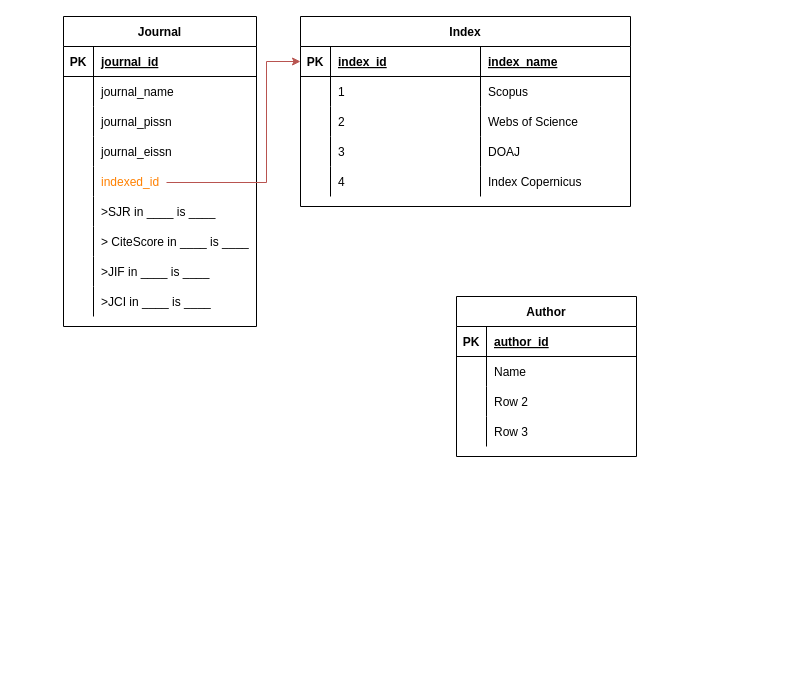
faisalmustafa/web_design keeps this draw.io diagram as page "Database" (3 of 4) of Submission Tracker.drawio. Above is the earlier version. Source tidied: cells renumbered, new cells numbered last; positions are measured from the earlier drawing's top-left corner, leaving out a move shared by most shapes. Both pictures are drawn from the tidied source at 100%, with x=0, y=0 at pixel (63, 16).
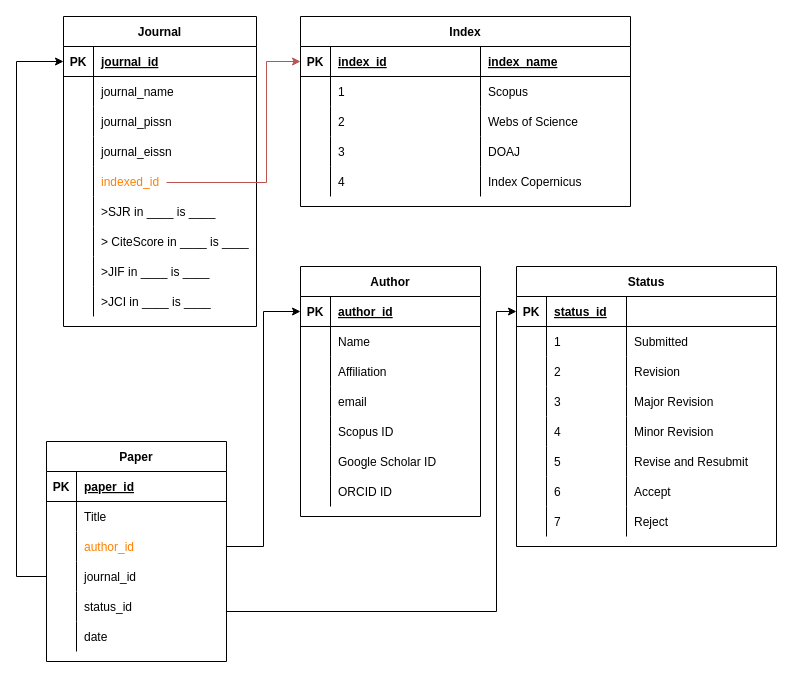
The same page after the edit.

Unchanged cells that the change refers to:
```xml
<mxCell id="3" style="shape=tableRow;horizontal=0;startSize=0;swimlaneHead=0;swimlaneBody=0;fillColor=none;points=[[0,0.5],[1,0.5]];portConstraint=eastwest;top=0;left=0;right=0;bottom=1;" parent="2" vertex="1">
  <mxGeometry y="30" width="193" height="30" as="geometry" />
</mxCell>
<mxCell id="53" style="shape=tableRow;horizontal=0;startSize=0;swimlaneHead=0;swimlaneBody=0;fillColor=none;points=[[0,0.5],[1,0.5]];portConstraint=eastwest;top=0;left=0;right=0;bottom=1;labelBorderColor=none;fontColor=#000000;" parent="52" vertex="1">
  <mxGeometry y="30" width="180" height="30" as="geometry" />
</mxCell>
<mxCell id="59" style="shape=tableRow;horizontal=0;startSize=0;swimlaneHead=0;swimlaneBody=0;fillColor=none;top=0;left=0;right=0;bottom=0;labelBorderColor=none;fontColor=#000000;" parent="52" vertex="1">
  <mxGeometry y="90" width="180" height="30" as="geometry" />
</mxCell>
<mxCell id="62" style="shape=tableRow;horizontal=0;startSize=0;swimlaneHead=0;swimlaneBody=0;fillColor=none;top=0;left=0;right=0;bottom=0;labelBorderColor=none;fontColor=#000000;" parent="52" vertex="1">
  <mxGeometry y="120" width="180" height="30" as="geometry" />
</mxCell>
```

The edit, as a diff of the source:
```diff
@@
     <mxCell id="52" value="Author" style="shape=table;startSize=30;childLayout=tableLayout;rowLines=0;fontStyle=1;align=center;labelBorderColor=none;fontColor=#000000;" parent="1" vertex="1">
-      <mxGeometry x="393" y="280" width="180" height="160" as="geometry" />
+      <mxGeometry x="237" y="250" width="180" height="250" as="geometry" />
     </mxCell>
@@
-    <mxCell id="61" value="Row 2" style="shape=partialRectangle;fillColor=none;top=0;left=0;bottom=0;right=0;align=left;spacingLeft=6;overflow=hidden;labelBorderColor=none;fontColor=#000000;startSize=0;" parent="59" vertex="1">
+    <mxCell id="61" value="Affiliation" style="shape=partialRectangle;fillColor=none;top=0;left=0;bottom=0;right=0;align=left;spacingLeft=6;overflow=hidden;labelBorderColor=none;fontColor=#000000;startSize=0;" parent="59" vertex="1">
       <mxGeometry x="30" width="150" height="30" as="geometry" />
     </mxCell>
@@
-    <mxCell id="64" value="Row 3" style="shape=partialRectangle;fillColor=none;top=0;left=0;bottom=0;right=0;align=left;spacingLeft=6;overflow=hidden;labelBorderColor=none;fontColor=#000000;startSize=0;" parent="62" vertex="1">
+    <mxCell id="64" value="email" style="shape=partialRectangle;fillColor=none;top=0;left=0;bottom=0;right=0;align=left;spacingLeft=6;overflow=hidden;labelBorderColor=none;fontColor=#000000;startSize=0;" parent="62" vertex="1">
       <mxGeometry x="30" width="150" height="30" as="geometry" />
     </mxCell>
+    <mxCell id="65" style="shape=tableRow;horizontal=0;startSize=0;swimlaneHead=0;swimlaneBody=0;fillColor=none;top=0;left=0;right=0;bottom=0;labelBorderColor=none;fontColor=#000000;" parent="52" vertex="1">
+      <mxGeometry y="150" width="180" height="30" as="geometry" />
+    </mxCell>
+    <mxCell id="66" style="shape=partialRectangle;fillColor=none;top=0;left=0;bottom=0;right=0;overflow=hidden;labelBorderColor=none;fontColor=#000000;startSize=0;" parent="65" vertex="1">
+      <mxGeometry width="30" height="30" as="geometry" />
+    </mxCell>
+    <mxCell id="67" value="Scopus ID" style="shape=partialRectangle;fillColor=none;top=0;left=0;bottom=0;right=0;align=left;spacingLeft=6;overflow=hidden;labelBorderColor=none;fontColor=#000000;startSize=0;" parent="65" vertex="1">
+      <mxGeometry x="30" width="150" height="30" as="geometry" />
+    </mxCell>
+    <mxCell id="68" style="shape=tableRow;horizontal=0;startSize=0;swimlaneHead=0;swimlaneBody=0;fillColor=none;top=0;left=0;right=0;bottom=0;labelBorderColor=none;fontColor=#000000;" parent="52" vertex="1">
+      <mxGeometry y="180" width="180" height="30" as="geometry" />
+    </mxCell>
+    <mxCell id="69" style="shape=partialRectangle;fillColor=none;top=0;left=0;bottom=0;right=0;overflow=hidden;labelBorderColor=none;fontColor=#000000;startSize=0;" parent="68" vertex="1">
+      <mxGeometry width="30" height="30" as="geometry" />
+    </mxCell>
+    <mxCell id="70" value="Google Scholar ID" style="shape=partialRectangle;fillColor=none;top=0;left=0;bottom=0;right=0;align=left;spacingLeft=6;overflow=hidden;labelBorderColor=none;fontColor=#000000;startSize=0;" parent="68" vertex="1">
+      <mxGeometry x="30" width="150" height="30" as="geometry" />
+    </mxCell>
+    <mxCell id="71" style="shape=tableRow;horizontal=0;startSize=0;swimlaneHead=0;swimlaneBody=0;fillColor=none;top=0;left=0;right=0;bottom=0;labelBorderColor=none;fontColor=#000000;" parent="52" vertex="1">
+      <mxGeometry y="210" width="180" height="30" as="geometry" />
+    </mxCell>
+    <mxCell id="72" style="shape=partialRectangle;fillColor=none;top=0;left=0;bottom=0;right=0;overflow=hidden;labelBorderColor=none;fontColor=#000000;startSize=0;" parent="71" vertex="1">
+      <mxGeometry width="30" height="30" as="geometry" />
+    </mxCell>
+    <mxCell id="73" value="ORCID ID" style="shape=partialRectangle;fillColor=none;top=0;left=0;bottom=0;right=0;align=left;spacingLeft=6;overflow=hidden;labelBorderColor=none;fontColor=#000000;startSize=0;" parent="71" vertex="1">
+      <mxGeometry x="30" width="150" height="30" as="geometry" />
+    </mxCell>
+    <mxCell id="74" value="Status" style="shape=table;startSize=30;childLayout=tableLayout;rowLines=0;fontStyle=1;align=center;labelBorderColor=none;fontColor=#000000;" parent="1" vertex="1">
+      <mxGeometry x="453" y="250" width="260" height="280" as="geometry" />
+    </mxCell>
+    <mxCell id="75" style="shape=tableRow;horizontal=0;startSize=0;swimlaneHead=0;swimlaneBody=0;fillColor=none;points=[[0,0.5],[1,0.5]];portConstraint=eastwest;top=0;left=0;right=0;bottom=1;labelBorderColor=none;fontColor=#000000;" parent="74" vertex="1">
+      <mxGeometry y="30" width="260" height="30" as="geometry" />
+    </mxCell>
+    <mxCell id="76" value="PK" style="shape=partialRectangle;fillColor=none;top=0;left=0;bottom=0;right=0;fontStyle=1;overflow=hidden;labelBorderColor=none;fontColor=#000000;startSize=0;" parent="75" vertex="1">
+      <mxGeometry width="30" height="30" as="geometry" />
+    </mxCell>
+    <mxCell id="77" value="status_id" style="shape=partialRectangle;fillColor=none;top=0;left=0;bottom=0;right=0;align=left;spacingLeft=6;fontStyle=5;overflow=hidden;labelBorderColor=none;fontColor=#000000;startSize=0;" parent="75" vertex="1">
+      <mxGeometry x="30" width="80" height="30" as="geometry" />
+    </mxCell>
+    <mxCell id="78" style="shape=partialRectangle;fillColor=none;top=0;left=0;bottom=0;right=0;align=left;spacingLeft=6;fontStyle=5;overflow=hidden;labelBorderColor=none;fontColor=#000000;startSize=0;" parent="75" vertex="1">
+      <mxGeometry x="110" width="150" height="30" as="geometry" />
+    </mxCell>
+    <mxCell id="79" style="shape=tableRow;horizontal=0;startSize=0;swimlaneHead=0;swimlaneBody=0;fillColor=none;top=0;left=0;right=0;bottom=0;labelBorderColor=none;fontColor=#000000;" parent="74" vertex="1">
+      <mxGeometry y="60" width="260" height="30" as="geometry" />
+    </mxCell>
+    <mxCell id="80" style="shape=partialRectangle;fillColor=none;top=0;left=0;bottom=0;right=0;overflow=hidden;labelBorderColor=none;fontColor=#000000;startSize=0;" parent="79" vertex="1">
+      <mxGeometry width="30" height="30" as="geometry" />
+    </mxCell>
+    <mxCell id="81" value="1" style="shape=partialRectangle;fillColor=none;top=0;left=0;bottom=0;right=0;align=left;spacingLeft=6;overflow=hidden;labelBorderColor=none;fontColor=#000000;startSize=0;" parent="79" vertex="1">
+      <mxGeometry x="30" width="80" height="30" as="geometry" />
+    </mxCell>
+    <mxCell id="82" value="Submitted" style="shape=partialRectangle;fillColor=none;top=0;left=0;bottom=0;right=0;align=left;spacingLeft=6;overflow=hidden;labelBorderColor=none;fontColor=#000000;startSize=0;" parent="79" vertex="1">
+      <mxGeometry x="110" width="150" height="30" as="geometry" />
+    </mxCell>
+    <mxCell id="83" style="shape=tableRow;horizontal=0;startSize=0;swimlaneHead=0;swimlaneBody=0;fillColor=none;top=0;left=0;right=0;bottom=0;labelBorderColor=none;fontColor=#000000;" parent="74" vertex="1">
+      <mxGeometry y="90" width="260" height="30" as="geometry" />
+    </mxCell>
+    <mxCell id="84" style="shape=partialRectangle;fillColor=none;top=0;left=0;bottom=0;right=0;overflow=hidden;labelBorderColor=none;fontColor=#000000;startSize=0;" parent="83" vertex="1">
+      <mxGeometry width="30" height="30" as="geometry" />
+    </mxCell>
+    <mxCell id="85" value="2" style="shape=partialRectangle;fillColor=none;top=0;left=0;bottom=0;right=0;align=left;spacingLeft=6;overflow=hidden;labelBorderColor=none;fontColor=#000000;startSize=0;" parent="83" vertex="1">
+      <mxGeometry x="30" width="80" height="30" as="geometry" />
+    </mxCell>
+    <mxCell id="86" value="Revision" style="shape=partialRectangle;fillColor=none;top=0;left=0;bottom=0;right=0;align=left;spacingLeft=6;overflow=hidden;labelBorderColor=none;fontColor=#000000;startSize=0;" parent="83" vertex="1">
+      <mxGeometry x="110" width="150" height="30" as="geometry" />
+    </mxCell>
+    <mxCell id="87" style="shape=tableRow;horizontal=0;startSize=0;swimlaneHead=0;swimlaneBody=0;fillColor=none;top=0;left=0;right=0;bottom=0;labelBorderColor=none;fontColor=#000000;" parent="74" vertex="1">
+      <mxGeometry y="120" width="260" height="30" as="geometry" />
+    </mxCell>
+    <mxCell id="88" style="shape=partialRectangle;fillColor=none;top=0;left=0;bottom=0;right=0;overflow=hidden;labelBorderColor=none;fontColor=#000000;startSize=0;" parent="87" vertex="1">
+      <mxGeometry width="30" height="30" as="geometry" />
+    </mxCell>
+    <mxCell id="89" value="3" style="shape=partialRectangle;fillColor=none;top=0;left=0;bottom=0;right=0;align=left;spacingLeft=6;overflow=hidden;labelBorderColor=none;fontColor=#000000;startSize=0;" parent="87" vertex="1">
+      <mxGeometry x="30" width="80" height="30" as="geometry" />
+    </mxCell>
+    <mxCell id="90" value="Major Revision" style="shape=partialRectangle;fillColor=none;top=0;left=0;bottom=0;right=0;align=left;spacingLeft=6;overflow=hidden;labelBorderColor=none;fontColor=#000000;startSize=0;" parent="87" vertex="1">
+      <mxGeometry x="110" width="150" height="30" as="geometry" />
+    </mxCell>
+    <mxCell id="91" style="shape=tableRow;horizontal=0;startSize=0;swimlaneHead=0;swimlaneBody=0;fillColor=none;top=0;left=0;right=0;bottom=0;labelBorderColor=none;fontColor=#000000;" parent="74" vertex="1">
+      <mxGeometry y="150" width="260" height="30" as="geometry" />
+    </mxCell>
+    <mxCell id="92" style="shape=partialRectangle;fillColor=none;top=0;left=0;bottom=0;right=0;overflow=hidden;labelBorderColor=none;fontColor=#000000;startSize=0;" parent="91" vertex="1">
+      <mxGeometry width="30" height="30" as="geometry" />
+    </mxCell>
+    <mxCell id="93" value="4" style="shape=partialRectangle;fillColor=none;top=0;left=0;bottom=0;right=0;align=left;spacingLeft=6;overflow=hidden;labelBorderColor=none;fontColor=#000000;startSize=0;" parent="91" vertex="1">
+      <mxGeometry x="30" width="80" height="30" as="geometry" />
+    </mxCell>
+    <mxCell id="94" value="Minor Revision" style="shape=partialRectangle;fillColor=none;top=0;left=0;bottom=0;right=0;align=left;spacingLeft=6;overflow=hidden;labelBorderColor=none;fontColor=#000000;startSize=0;" parent="91" vertex="1">
+      <mxGeometry x="110" width="150" height="30" as="geometry" />
+    </mxCell>
+    <mxCell id="95" style="shape=tableRow;horizontal=0;startSize=0;swimlaneHead=0;swimlaneBody=0;fillColor=none;top=0;left=0;right=0;bottom=0;labelBorderColor=none;fontColor=#000000;" parent="74" vertex="1">
+      <mxGeometry y="180" width="260" height="30" as="geometry" />
+    </mxCell>
+    <mxCell id="96" style="shape=partialRectangle;fillColor=none;top=0;left=0;bottom=0;right=0;overflow=hidden;labelBorderColor=none;fontColor=#000000;startSize=0;" parent="95" vertex="1">
+      <mxGeometry width="30" height="30" as="geometry" />
+    </mxCell>
+    <mxCell id="97" value="5" style="shape=partialRectangle;fillColor=none;top=0;left=0;bottom=0;right=0;align=left;spacingLeft=6;overflow=hidden;labelBorderColor=none;fontColor=#000000;startSize=0;" parent="95" vertex="1">
+      <mxGeometry x="30" width="80" height="30" as="geometry" />
+    </mxCell>
+    <mxCell id="98" value="Revise and Resubmit" style="shape=partialRectangle;fillColor=none;top=0;left=0;bottom=0;right=0;align=left;spacingLeft=6;overflow=hidden;labelBorderColor=none;fontColor=#000000;startSize=0;" parent="95" vertex="1">
+      <mxGeometry x="110" width="150" height="30" as="geometry" />
+    </mxCell>
+    <mxCell id="99" style="shape=tableRow;horizontal=0;startSize=0;swimlaneHead=0;swimlaneBody=0;fillColor=none;top=0;left=0;right=0;bottom=0;labelBorderColor=none;fontColor=#000000;" parent="74" vertex="1">
+      <mxGeometry y="210" width="260" height="30" as="geometry" />
+    </mxCell>
+    <mxCell id="100" style="shape=partialRectangle;fillColor=none;top=0;left=0;bottom=0;right=0;overflow=hidden;labelBorderColor=none;fontColor=#000000;startSize=0;" parent="99" vertex="1">
+      <mxGeometry width="30" height="30" as="geometry" />
+    </mxCell>
+    <mxCell id="101" value="6" style="shape=partialRectangle;fillColor=none;top=0;left=0;bottom=0;right=0;align=left;spacingLeft=6;overflow=hidden;labelBorderColor=none;fontColor=#000000;startSize=0;" parent="99" vertex="1">
+      <mxGeometry x="30" width="80" height="30" as="geometry" />
+    </mxCell>
+    <mxCell id="102" value="Accept" style="shape=partialRectangle;fillColor=none;top=0;left=0;bottom=0;right=0;align=left;spacingLeft=6;overflow=hidden;labelBorderColor=none;fontColor=#000000;startSize=0;" parent="99" vertex="1">
+      <mxGeometry x="110" width="150" height="30" as="geometry" />
+    </mxCell>
+    <mxCell id="103" style="shape=tableRow;horizontal=0;startSize=0;swimlaneHead=0;swimlaneBody=0;fillColor=none;top=0;left=0;right=0;bottom=0;labelBorderColor=none;fontColor=#000000;" parent="74" vertex="1">
+      <mxGeometry y="240" width="260" height="30" as="geometry" />
+    </mxCell>
+    <mxCell id="104" style="shape=partialRectangle;fillColor=none;top=0;left=0;bottom=0;right=0;overflow=hidden;labelBorderColor=none;fontColor=#000000;startSize=0;" parent="103" vertex="1">
+      <mxGeometry width="30" height="30" as="geometry" />
+    </mxCell>
+    <mxCell id="105" value="7" style="shape=partialRectangle;fillColor=none;top=0;left=0;bottom=0;right=0;align=left;spacingLeft=6;overflow=hidden;labelBorderColor=none;fontColor=#000000;startSize=0;" parent="103" vertex="1">
+      <mxGeometry x="30" width="80" height="30" as="geometry" />
+    </mxCell>
+    <mxCell id="106" value="Reject" style="shape=partialRectangle;fillColor=none;top=0;left=0;bottom=0;right=0;align=left;spacingLeft=6;overflow=hidden;labelBorderColor=none;fontColor=#000000;startSize=0;" parent="103" vertex="1">
+      <mxGeometry x="110" width="150" height="30" as="geometry" />
+    </mxCell>
+    <mxCell id="107" value="Paper" style="shape=table;startSize=30;childLayout=tableLayout;rowLines=0;fontStyle=1;align=center;labelBorderColor=none;fontColor=#000000;" parent="1" vertex="1">
+      <mxGeometry x="-17" y="425" width="180" height="220" as="geometry" />
+    </mxCell>
+    <mxCell id="108" style="shape=tableRow;horizontal=0;startSize=0;swimlaneHead=0;swimlaneBody=0;fillColor=none;top=0;left=0;right=0;bottom=1;labelBorderColor=none;fontColor=#000000;" parent="107" vertex="1">
+      <mxGeometry y="30" width="180" height="30" as="geometry" />
+    </mxCell>
+    <mxCell id="109" value="PK" style="shape=partialRectangle;fillColor=none;top=0;left=0;bottom=0;right=0;fontStyle=1;overflow=hidden;labelBorderColor=none;fontColor=#000000;startSize=0;" parent="108" vertex="1">
+      <mxGeometry width="30" height="30" as="geometry" />
+    </mxCell>
+    <mxCell id="110" value="paper_id" style="shape=partialRectangle;fillColor=none;top=0;left=0;bottom=0;right=0;align=left;spacingLeft=6;fontStyle=5;overflow=hidden;labelBorderColor=none;fontColor=#000000;startSize=0;" parent="108" vertex="1">
+      <mxGeometry x="30" width="150" height="30" as="geometry" />
+    </mxCell>
+    <mxCell id="111" style="shape=tableRow;horizontal=0;startSize=0;swimlaneHead=0;swimlaneBody=0;fillColor=none;top=0;left=0;right=0;bottom=0;labelBorderColor=none;fontColor=#000000;" parent="107" vertex="1">
+      <mxGeometry y="60" width="180" height="30" as="geometry" />
+    </mxCell>
+    <mxCell id="112" style="shape=partialRectangle;fillColor=none;top=0;left=0;bottom=0;right=0;overflow=hidden;labelBorderColor=none;fontColor=#000000;startSize=0;" parent="111" vertex="1">
+      <mxGeometry width="30" height="30" as="geometry" />
+    </mxCell>
+    <mxCell id="113" value="Title" style="shape=partialRectangle;fillColor=none;top=0;left=0;bottom=0;right=0;align=left;spacingLeft=6;overflow=hidden;labelBorderColor=none;fontColor=#000000;startSize=0;" parent="111" vertex="1">
+      <mxGeometry x="30" width="150" height="30" as="geometry" />
+    </mxCell>
+    <mxCell id="114" style="shape=tableRow;horizontal=0;startSize=0;swimlaneHead=0;swimlaneBody=0;fillColor=none;points=[[0,0.5],[1,0.5]];portConstraint=eastwest;top=0;left=0;right=0;bottom=0;labelBorderColor=none;fontColor=#000000;" parent="107" vertex="1">
+      <mxGeometry y="90" width="180" height="30" as="geometry" />
+    </mxCell>
+    <mxCell id="115" style="shape=partialRectangle;fillColor=none;top=0;left=0;bottom=0;right=0;overflow=hidden;labelBorderColor=none;fontColor=#000000;startSize=0;" parent="114" vertex="1">
+      <mxGeometry width="30" height="30" as="geometry" />
+    </mxCell>
+    <mxCell id="116" value="author_id" style="shape=partialRectangle;fillColor=none;top=0;left=0;bottom=0;right=0;align=left;spacingLeft=6;overflow=hidden;labelBorderColor=none;fontColor=#FF8000;startSize=0;" parent="114" vertex="1">
+      <mxGeometry x="30" width="150" height="30" as="geometry" />
+    </mxCell>
+    <mxCell id="117" style="shape=tableRow;horizontal=0;startSize=0;swimlaneHead=0;swimlaneBody=0;fillColor=none;points=[[0,0.5],[1,0.5]];portConstraint=eastwest;top=0;left=0;right=0;bottom=0;labelBorderColor=none;fontColor=#000000;" parent="107" vertex="1">
+      <mxGeometry y="120" width="180" height="30" as="geometry" />
+    </mxCell>
+    <mxCell id="118" style="shape=partialRectangle;fillColor=none;top=0;left=0;bottom=0;right=0;overflow=hidden;labelBorderColor=none;fontColor=#000000;startSize=0;" parent="117" vertex="1">
+      <mxGeometry width="30" height="30" as="geometry" />
+    </mxCell>
+    <mxCell id="119" value="journal_id" style="shape=partialRectangle;fillColor=none;top=0;left=0;bottom=0;right=0;align=left;spacingLeft=6;overflow=hidden;labelBorderColor=none;fontColor=#000000;startSize=0;" parent="117" vertex="1">
+      <mxGeometry x="30" width="150" height="30" as="geometry" />
+    </mxCell>
+    <mxCell id="120" style="shape=tableRow;horizontal=0;startSize=0;swimlaneHead=0;swimlaneBody=0;fillColor=none;top=0;left=0;right=0;bottom=0;labelBorderColor=none;fontColor=#000000;" parent="107" vertex="1">
+      <mxGeometry y="150" width="180" height="30" as="geometry" />
+    </mxCell>
+    <mxCell id="121" style="shape=partialRectangle;fillColor=none;top=0;left=0;bottom=0;right=0;overflow=hidden;labelBorderColor=none;fontColor=#000000;startSize=0;" parent="120" vertex="1">
+      <mxGeometry width="30" height="30" as="geometry" />
+    </mxCell>
+    <mxCell id="122" value="status_id" style="shape=partialRectangle;fillColor=none;top=0;left=0;bottom=0;right=0;align=left;spacingLeft=6;overflow=hidden;labelBorderColor=none;fontColor=#000000;startSize=0;" parent="120" vertex="1">
+      <mxGeometry x="30" width="150" height="30" as="geometry" />
+    </mxCell>
+    <mxCell id="123" style="shape=tableRow;horizontal=0;startSize=0;swimlaneHead=0;swimlaneBody=0;fillColor=none;top=0;left=0;right=0;bottom=0;labelBorderColor=none;fontColor=#000000;" parent="107" vertex="1">
+      <mxGeometry y="180" width="180" height="30" as="geometry" />
+    </mxCell>
+    <mxCell id="124" style="shape=partialRectangle;fillColor=none;top=0;left=0;bottom=0;right=0;overflow=hidden;labelBorderColor=none;fontColor=#000000;startSize=0;" parent="123" vertex="1">
+      <mxGeometry width="30" height="30" as="geometry" />
+    </mxCell>
+    <mxCell id="125" value="date" style="shape=partialRectangle;fillColor=none;top=0;left=0;bottom=0;right=0;align=left;spacingLeft=6;overflow=hidden;labelBorderColor=none;fontColor=#000000;startSize=0;" parent="123" vertex="1">
+      <mxGeometry x="30" width="150" height="30" as="geometry" />
+    </mxCell>
+    <mxCell id="126" style="edgeStyle=elbowEdgeStyle;elbow=horizontal;endArrow=classic;html=1;rounded=0;fontColor=#FF8000;startSize=0;entryX=0;entryY=0.5;entryDx=0;entryDy=0;" parent="1" edge="1" source="114" target="53">
+      <mxGeometry relative="1" as="geometry" />
+    </mxCell>
+    <mxCell id="127" style="edgeStyle=elbowEdgeStyle;elbow=horizontal;endArrow=classic;html=1;rounded=0;fontColor=#FF8000;startSize=0;entryX=0;entryY=0.5;entryDx=0;entryDy=0;" parent="1" edge="1" source="117" target="3">
+      <mxGeometry relative="1" as="geometry">
+        <Array as="points">
+          <mxPoint x="-47" y="370" />
+        </Array>
+      </mxGeometry>
+    </mxCell>
+    <mxCell id="128" style="edgeStyle=elbowEdgeStyle;elbow=horizontal;endArrow=classic;html=1;rounded=0;fontColor=#FF8000;startSize=0;entryX=0;entryY=0.5;entryDx=0;entryDy=0;" parent="1" edge="1" target="75">
+      <mxGeometry relative="1" as="geometry">
+        <mxPoint x="163" y="595" as="sourcePoint" />
+        <Array as="points">
+          <mxPoint x="433" y="460" />
+        </Array>
+      </mxGeometry>
+    </mxCell>
```
